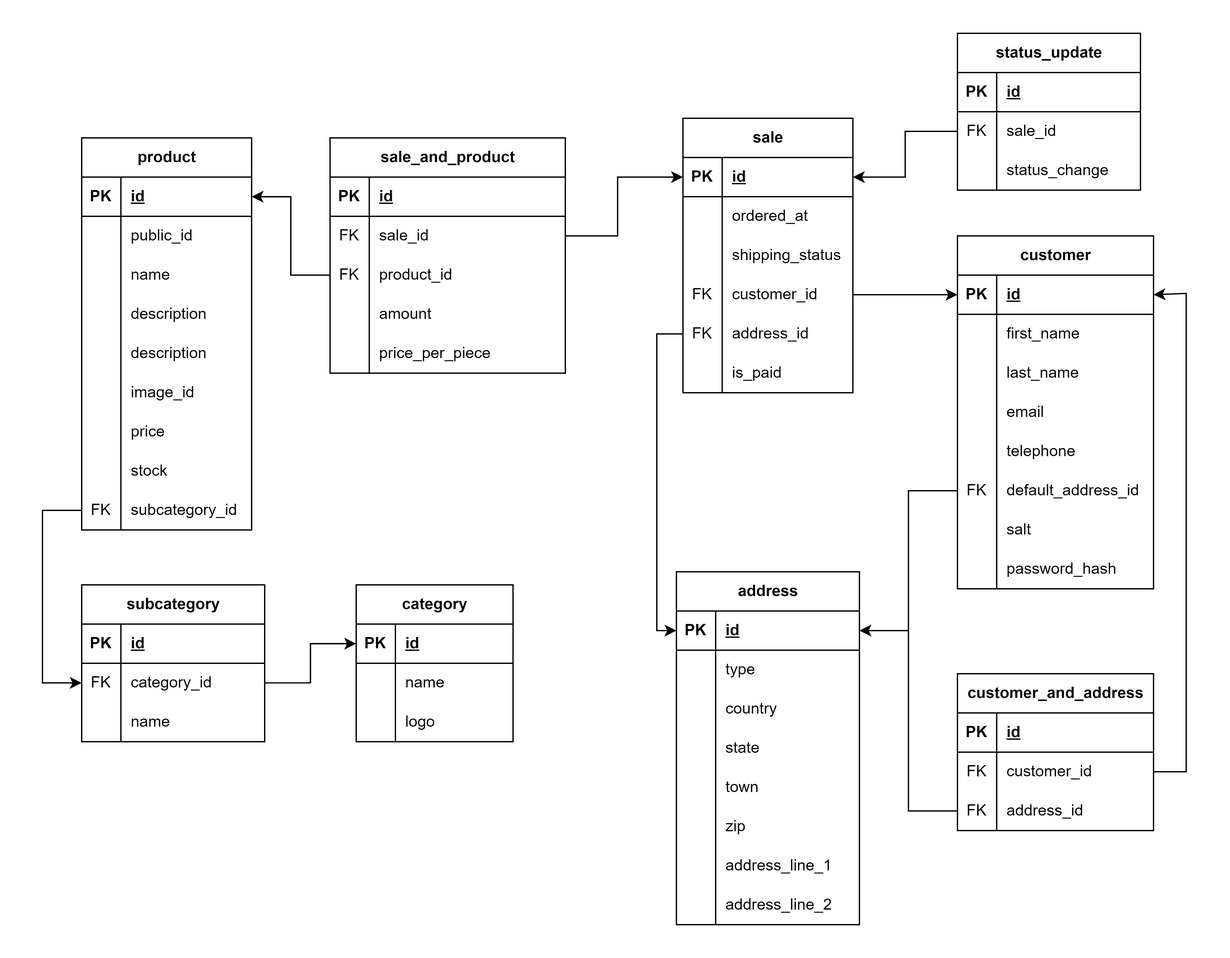
shekelboi/EcommerceDatabase keeps this draw.io diagram as Documentation/Ecommerce ER.png. Above is the earlier version. Source tidied: cells renumbered, new cells last; positions are measured from the earlier drawing's top-left corner, leaving out a move shared by most shapes.
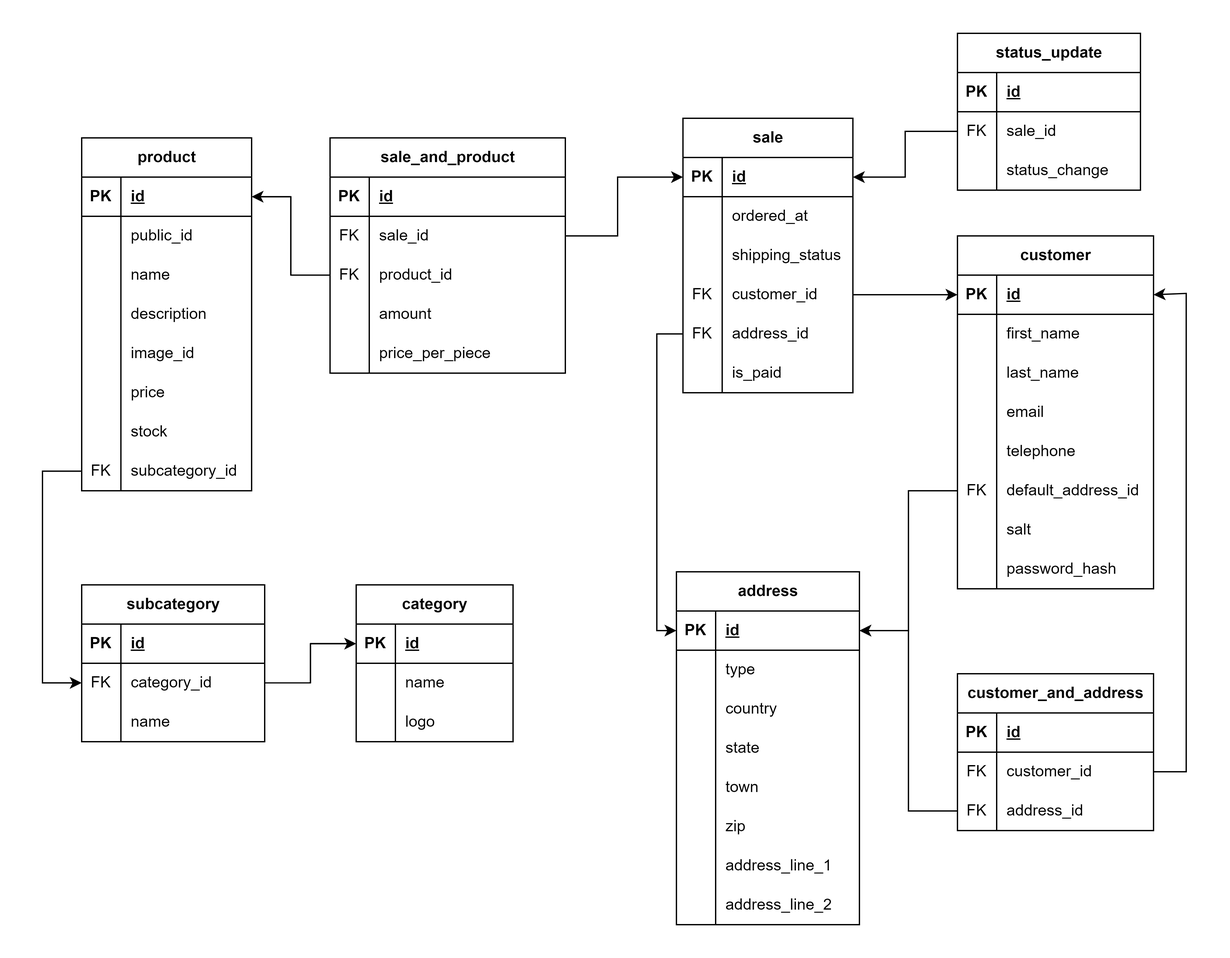
After the change.

The edit, as a diff of the source:
```diff
@@ -66,7 +66,7 @@
       <mxGeometry relative="1" as="geometry" />
     </mxCell>
     <mxCell id="23" value="product" style="shape=table;startSize=30;rowLines=0;fontStyle=1;align=center;html=1;" parent="1" vertex="1">
-      <mxGeometry x="30" y="80" width="130" height="300" as="geometry" />
+      <mxGeometry x="30" y="80" width="130" height="270" as="geometry" />
     </mxCell>
     <mxCell id="24" style="shape=tableRow;horizontal=0;startSize=0;swimlaneHead=0;swimlaneBody=0;fillColor=none;points=[[0,0.5],[1,0.5]];portConstraint=eastwest;top=0;left=0;right=0;bottom=1;" parent="23" vertex="1">
       <mxGeometry y="30" width="130" height="30" as="geometry" />
@@ -104,17 +104,8 @@
     <mxCell id="35" value="description" style="shape=partialRectangle;fillColor=none;top=0;left=0;bottom=0;right=0;align=left;spacingLeft=6;overflow=hidden;whiteSpace=wrap;html=1;" parent="33" vertex="1">
       <mxGeometry x="30" width="100" height="30" as="geometry" />
     </mxCell>
-    <mxCell id="36" style="shape=tableRow;horizontal=0;startSize=0;swimlaneHead=0;swimlaneBody=0;fillColor=none;top=0;left=0;right=0;bottom=0;" parent="23" vertex="1">
-      <mxGeometry y="150" width="130" height="30" as="geometry" />
-    </mxCell>
-    <mxCell id="37" style="shape=partialRectangle;fillColor=none;top=0;left=0;bottom=0;right=0;overflow=hidden;whiteSpace=wrap;html=1;" parent="36" vertex="1">
-      <mxGeometry width="30" height="30" as="geometry" />
-    </mxCell>
-    <mxCell id="38" value="description" style="shape=partialRectangle;fillColor=none;top=0;left=0;bottom=0;right=0;align=left;spacingLeft=6;overflow=hidden;whiteSpace=wrap;html=1;" parent="36" vertex="1">
-      <mxGeometry x="30" width="100" height="30" as="geometry" />
-    </mxCell>
     <mxCell id="39" style="shape=tableRow;horizontal=0;startSize=0;swimlaneHead=0;swimlaneBody=0;fillColor=none;top=0;left=0;right=0;bottom=0;" parent="23" vertex="1">
-      <mxGeometry y="180" width="130" height="30" as="geometry" />
+      <mxGeometry y="150" width="130" height="30" as="geometry" />
     </mxCell>
     <mxCell id="40" style="shape=partialRectangle;fillColor=none;top=0;left=0;bottom=0;right=0;overflow=hidden;whiteSpace=wrap;html=1;" parent="39" vertex="1">
       <mxGeometry width="30" height="30" as="geometry" />
@@ -123,7 +114,7 @@
       <mxGeometry x="30" width="100" height="30" as="geometry" />
     </mxCell>
     <mxCell id="42" style="shape=tableRow;horizontal=0;startSize=0;swimlaneHead=0;swimlaneBody=0;fillColor=none;top=0;left=0;right=0;bottom=0;" parent="23" vertex="1">
-      <mxGeometry y="210" width="130" height="30" as="geometry" />
+      <mxGeometry y="180" width="130" height="30" as="geometry" />
     </mxCell>
     <mxCell id="43" style="shape=partialRectangle;fillColor=none;top=0;left=0;bottom=0;right=0;overflow=hidden;whiteSpace=wrap;html=1;" parent="42" vertex="1">
       <mxGeometry width="30" height="30" as="geometry" />
@@ -132,7 +123,7 @@
       <mxGeometry x="30" width="100" height="30" as="geometry" />
     </mxCell>
     <mxCell id="45" style="shape=tableRow;horizontal=0;startSize=0;swimlaneHead=0;swimlaneBody=0;fillColor=none;top=0;left=0;right=0;bottom=0;" parent="23" vertex="1">
-      <mxGeometry y="240" width="130" height="30" as="geometry" />
+      <mxGeometry y="210" width="130" height="30" as="geometry" />
     </mxCell>
     <mxCell id="46" style="shape=partialRectangle;fillColor=none;top=0;left=0;bottom=0;right=0;overflow=hidden;whiteSpace=wrap;html=1;" parent="45" vertex="1">
       <mxGeometry width="30" height="30" as="geometry" />
@@ -141,7 +132,7 @@
       <mxGeometry x="30" width="100" height="30" as="geometry" />
     </mxCell>
     <mxCell id="48" style="shape=tableRow;horizontal=0;startSize=0;swimlaneHead=0;swimlaneBody=0;fillColor=none;points=[[0,0.5],[1,0.5]];portConstraint=eastwest;top=0;left=0;right=0;bottom=0;" parent="23" vertex="1">
-      <mxGeometry y="270" width="130" height="30" as="geometry" />
+      <mxGeometry y="240" width="130" height="30" as="geometry" />
     </mxCell>
     <mxCell id="49" value="FK" style="shape=partialRectangle;fillColor=none;top=0;left=0;bottom=0;right=0;overflow=hidden;whiteSpace=wrap;html=1;" parent="48" vertex="1">
       <mxGeometry width="30" height="30" as="geometry" />
@@ -498,7 +489,7 @@
     <mxCell id="163" style="edgeStyle=orthogonalEdgeStyle;rounded=0;jettySize=auto;html=1;entryX=0;entryY=0.5;entryDx=0;entryDy=0;exitX=0;exitY=0.5;exitDx=0;exitDy=0;" parent="1" edge="1" source="48" target="6">
       <mxGeometry relative="1" as="geometry">
         <Array as="points">
-          <mxPoint y="365" />
+          <mxPoint y="335" />
           <mxPoint y="497" />
         </Array>
       </mxGeometry>
```
